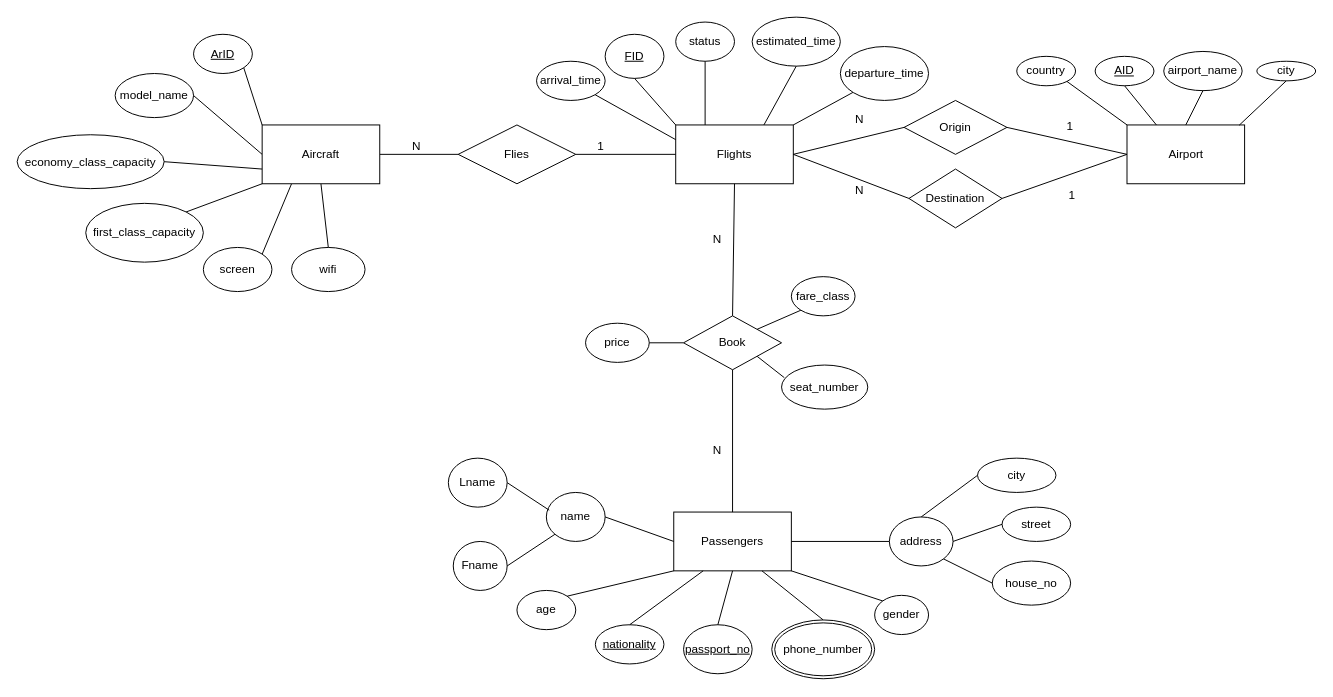
AbdullahKhkmba/Airport-DBMS keeps this draw.io diagram as page "ER-diagram" (1 of 8) of Airport-DBMS.drawio. Above is the earlier version. Source tidied: cells renumbered, new cells numbered last; positions are measured from the earlier drawing's top-left corner, leaving out a move shared by most shapes. Both pictures are drawn from the tidied source at 98%, with x=0, y=0 at pixel (17, 17).
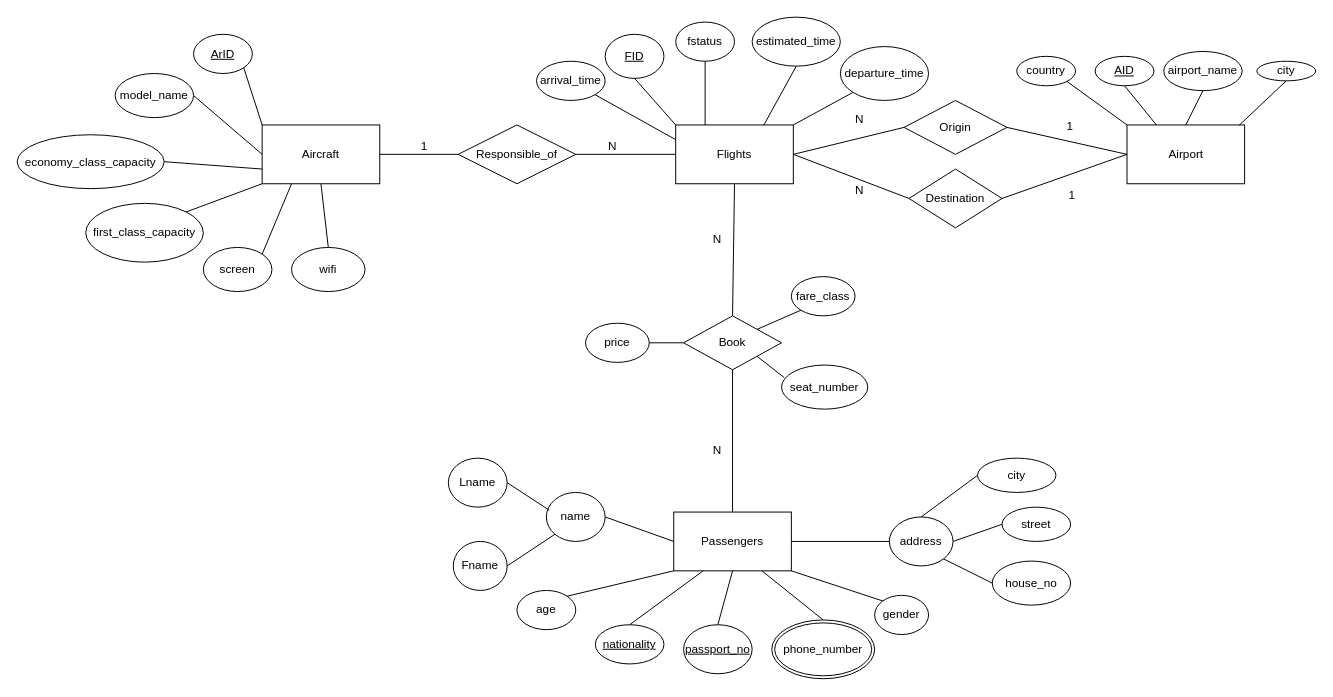
The same page after the edit.

The change refers to these unchanged cells:
```xml
<mxCell id="63" style="endArrow=none;html=1;rounded=0;exitX=1;exitY=0.5;exitDx=0;exitDy=0;entryX=0;entryY=0.5;entryDx=0;entryDy=0;" parent="1" edge="1" source="68" target="4">
  <mxGeometry relative="1" as="geometry" />
</mxCell>
<mxCell id="65" style="endArrow=none;html=1;rounded=0;exitX=1;exitY=0.5;exitDx=0;exitDy=0;entryX=0;entryY=0.5;entryDx=0;entryDy=0;" parent="1" edge="1" source="67" target="68">
  <mxGeometry relative="1" as="geometry" />
</mxCell>
```

What changed in the source:
```diff
@@
-    <mxCell id="13" value="status" style="ellipse;whiteSpace=wrap;html=1;align=center;" parent="1" vertex="1">
+    <mxCell id="13" value="fstatus" style="ellipse;whiteSpace=wrap;html=1;align=center;" parent="1" vertex="1">
       <mxGeometry x="672" y="5" width="60" height="40" as="geometry" />
     </mxCell>
@@
     <mxCell id="64" value="1" style="html=1;whiteSpace=wrap;align=right;verticalAlign=bottom;" parent="63" vertex="1">
       <mxGeometry x="1" relative="1" as="geometry">
-        <mxPoint x="-72" as="offset" />
+        <mxPoint x="-252" as="offset" />
       </mxGeometry>
     </mxCell>
@@
     <mxCell id="66" value="N" style="html=1;whiteSpace=wrap;align=right;verticalAlign=bottom;" parent="65" vertex="1">
       <mxGeometry x="1" relative="1" as="geometry">
-        <mxPoint x="-37" as="offset" />
+        <mxPoint x="163" as="offset" />
       </mxGeometry>
     </mxCell>
@@
-    <mxCell id="68" value="Flies" style="shape=rhombus;perimeter=rhombusPerimeter;whiteSpace=wrap;html=1;align=center;" parent="1" vertex="1">
+    <mxCell id="68" value="Responsible_of" style="shape=rhombus;perimeter=rhombusPerimeter;whiteSpace=wrap;html=1;align=center;" parent="1" vertex="1">
       <mxGeometry x="450" y="110" width="120" height="60" as="geometry" />
     </mxCell>
```
